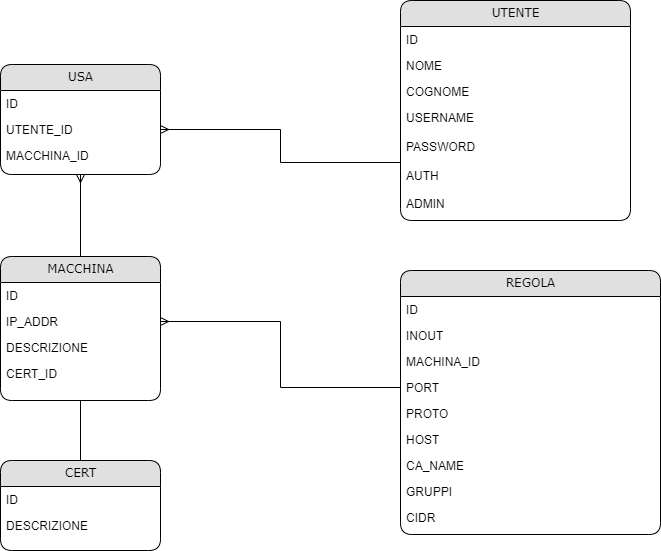
Earlier version of the draw.io export resources/DB_FINAL.png (Lombax99/NebulaSRS). Source tidied: cells renumbered, new cells last; positions are measured from the earlier drawing's top-left corner, leaving out a move shared by most shapes.
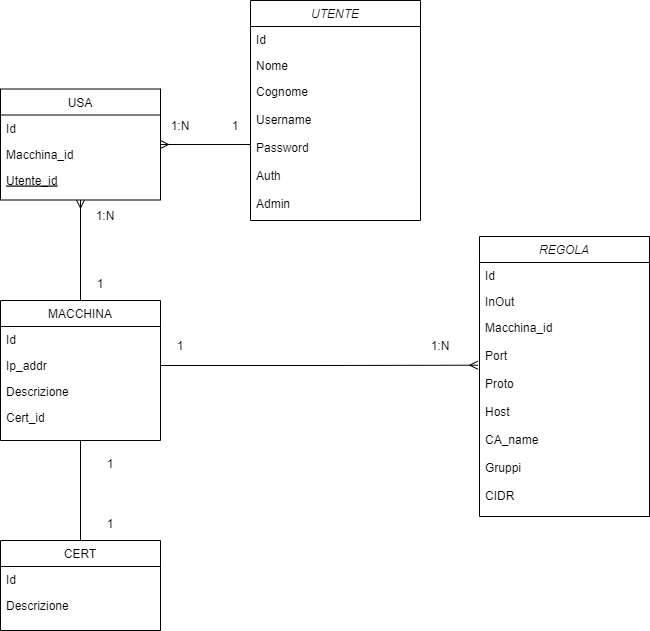
After the change.

What changed in the source:
```diff
@@ -1,99 +1,105 @@
 <mxGraphModel>
   <root>
-    <mxCell id="0" />
-    <mxCell id="1" parent="0" />
+    <mxCell id="33" />
+    <mxCell id="34" parent="33" />
+    <mxCell id="35" style="group;" parent="34" vertex="1">
+      <mxGeometry x="-110" y="-110" width="649" height="630" as="geometry" />
+    </mxCell>
+    <mxCell id="6" value="UTENTE" style="swimlane;fontStyle=2;align=center;verticalAlign=top;horizontal=1;startSize=26;rounded=0;shadow=0;strokeWidth=1;" parent="35" vertex="1">
+      <mxGeometry x="250" width="170" height="220" as="geometry" />
+    </mxCell>
+    <mxCell id="36" value="Id " style="text;align=left;verticalAlign=top;spacingLeft=4;spacingRight=4;overflow=hidden;" parent="6" vertex="1">
+      <mxGeometry y="26" width="170" height="26" as="geometry" />
+    </mxCell>
+    <mxCell id="37" value="Nome" style="text;align=left;verticalAlign=top;spacingLeft=4;spacingRight=4;overflow=hidden;rounded=0;shadow=0;" parent="6" vertex="1">
+      <mxGeometry y="52" width="170" height="26" as="geometry" />
+    </mxCell>
+    <mxCell id="38" value="Cognome&#10;&#10;Username&#10;&#10;Password&#10;&#10;Auth&#10;&#10;Admin" style="text;align=left;verticalAlign=top;spacingLeft=4;spacingRight=4;overflow=hidden;points=[[0,0.5],[1,0.5]];portConstraint=eastwest;rounded=0;shadow=0;" parent="6" vertex="1">
+      <mxGeometry y="78" width="170" height="132" as="geometry" />
+    </mxCell>
-    <mxCell id="2" value="USA" style="swimlane;html=1;fontStyle=0;horizontal=1;startSize=26;fillColor=#e0e0e0;swimlaneFillColor=#ffffff;align=center;rounded=1;shadow=0;comic=0;labelBackgroundColor=none;strokeWidth=1;fontFamily=Verdana;fontSize=12;" parent="1" vertex="1">
-      <mxGeometry y="64" width="160" height="110" as="geometry" />
+    <mxCell id="2" value="USA" style="swimlane;fontStyle=0;align=center;verticalAlign=top;horizontal=1;startSize=26;rounded=0;shadow=0;strokeWidth=1;" parent="35" vertex="1">
+      <mxGeometry y="88.5" width="160" height="111" as="geometry" />
     </mxCell>
-    <mxCell id="3" value="ID" style="text;html=1;strokeColor=none;fillColor=none;spacingLeft=4;spacingRight=4;whiteSpace=wrap;overflow=hidden;" parent="2" vertex="1">
-      <mxGeometry y="26" width="160" height="26" as="geometry" />
-    </mxCell>
-    <mxCell id="4" value="UTENTE_ID" style="text;html=1;strokeColor=none;fillColor=none;spacingLeft=4;spacingRight=4;whiteSpace=wrap;overflow=hidden;points=[[0,0.5],[1,0.5]];portConstraint=eastwest;" parent="2" vertex="1">
-      <mxGeometry y="52" width="160" height="26" as="geometry" />
-    </mxCell>
-    <mxCell id="5" value="MACCHINA_ID" style="text;html=1;strokeColor=none;fillColor=none;spacingLeft=4;spacingRight=4;whiteSpace=wrap;overflow=hidden;" parent="2" vertex="1">
-      <mxGeometry y="78" width="160" height="26" as="geometry" />
-    </mxCell>
-    <mxCell id="6" value="UTENTE" style="swimlane;html=1;fontStyle=0;horizontal=1;startSize=26;fillColor=#e0e0e0;swimlaneFillColor=#ffffff;align=center;rounded=1;shadow=0;comic=0;labelBackgroundColor=none;strokeWidth=1;fontFamily=Verdana;fontSize=12;" parent="1" vertex="1">
-      <mxGeometry x="400" width="230" height="220" as="geometry" />
-    </mxCell>
-    <mxCell id="7" value="ID" style="text;html=1;strokeColor=none;fillColor=none;spacingLeft=4;spacingRight=4;whiteSpace=wrap;overflow=hidden;" parent="6" vertex="1">
-      <mxGeometry y="26" width="230" height="26" as="geometry" />
-    </mxCell>
-    <mxCell id="8" value="NOME" style="text;html=1;strokeColor=none;fillColor=none;spacingLeft=4;spacingRight=4;whiteSpace=wrap;overflow=hidden;" parent="6" vertex="1">
-      <mxGeometry y="52" width="230" height="26" as="geometry" />
-    </mxCell>
-    <mxCell id="9" value="COGNOME" style="text;html=1;strokeColor=none;fillColor=none;spacingLeft=4;spacingRight=4;whiteSpace=wrap;overflow=hidden;" parent="6" vertex="1">
-      <mxGeometry y="78" width="230" height="26" as="geometry" />
-    </mxCell>
+    <mxCell id="39" value="Id" style="text;align=left;verticalAlign=top;spacingLeft=4;spacingRight=4;overflow=hidden;" parent="2" vertex="1">
+      <mxGeometry y="26" width="160" height="26" as="geometry" />
+    </mxCell>
+    <mxCell id="40" value="Macchina_id" style="text;align=left;verticalAlign=top;spacingLeft=4;spacingRight=4;overflow=hidden;rounded=0;shadow=0;" parent="2" vertex="1">
+      <mxGeometry y="52" width="160" height="26" as="geometry" />
+    </mxCell>
+    <mxCell id="41" value="Utente_id" style="text;align=left;verticalAlign=top;spacingLeft=4;spacingRight=4;overflow=hidden;fontStyle=4;" parent="2" vertex="1">
+      <mxGeometry y="78" width="160" height="26" as="geometry" />
+    </mxCell>
-    <mxCell id="10" style="edgeStyle=orthogonalEdgeStyle;rounded=0;jettySize=auto;html=1;entryX=0.5;entryY=1;entryDx=0;entryDy=0;endArrow=ERmany;endFill=0;" parent="1" edge="1" source="11" target="2">
+    <mxCell id="10" style="edgeStyle=orthogonalEdgeStyle;rounded=0;jettySize=auto;entryX=0.5;entryY=1;entryDx=0;entryDy=0;endArrow=ERmany;endFill=0;" parent="35" edge="1" source="11" target="2">
       <mxGeometry relative="1" as="geometry" />
     </mxCell>
-    <mxCell id="11" value="MACCHINA" style="swimlane;html=1;fontStyle=0;horizontal=1;startSize=26;fillColor=#e0e0e0;swimlaneFillColor=#ffffff;align=center;rounded=1;shadow=0;comic=0;labelBackgroundColor=none;strokeWidth=1;fontFamily=Verdana;fontSize=12;" parent="1" vertex="1">
-      <mxGeometry y="256" width="160" height="144" as="geometry" />
+    <mxCell id="11" value="MACCHINA" style="swimlane;fontStyle=0;align=center;verticalAlign=top;horizontal=1;startSize=26;rounded=0;shadow=0;strokeWidth=1;" parent="35" vertex="1">
+      <mxGeometry y="300" width="160" height="140" as="geometry" />
     </mxCell>
-    <mxCell id="12" value="ID" style="text;html=1;strokeColor=none;fillColor=none;spacingLeft=4;spacingRight=4;whiteSpace=wrap;overflow=hidden;" parent="11" vertex="1">
-      <mxGeometry y="26" width="160" height="26" as="geometry" />
-    </mxCell>
-    <mxCell id="13" value="IP_ADDR" style="text;html=1;strokeColor=none;fillColor=none;spacingLeft=4;spacingRight=4;whiteSpace=wrap;overflow=hidden;points=[[0,0.5],[1,0.5]];portConstraint=eastwest;" parent="11" vertex="1">
-      <mxGeometry y="52" width="160" height="26" as="geometry" />
-    </mxCell>
-    <mxCell id="14" value="DESCRIZIONE" style="text;html=1;strokeColor=none;fillColor=none;spacingLeft=4;spacingRight=4;whiteSpace=wrap;overflow=hidden;" parent="11" vertex="1">
-      <mxGeometry y="78" width="160" height="26" as="geometry" />
-    </mxCell>
-    <mxCell id="15" value="CERT_ID" style="text;html=1;strokeColor=none;fillColor=none;spacingLeft=4;spacingRight=4;whiteSpace=wrap;overflow=hidden;" parent="11" vertex="1">
-      <mxGeometry y="104" width="160" height="26" as="geometry" />
-    </mxCell>
+    <mxCell id="42" value="Id" style="text;align=left;verticalAlign=top;spacingLeft=4;spacingRight=4;overflow=hidden;" parent="11" vertex="1">
+      <mxGeometry y="26" width="160" height="26" as="geometry" />
+    </mxCell>
+    <mxCell id="43" value="Ip_addr" style="text;align=left;verticalAlign=top;spacingLeft=4;spacingRight=4;overflow=hidden;points=[[0,0.5],[1,0.5]];portConstraint=eastwest;rounded=0;shadow=0;" parent="11" vertex="1">
+      <mxGeometry y="52" width="160" height="26" as="geometry" />
+    </mxCell>
+    <mxCell id="44" value="Descrizione" style="text;align=left;verticalAlign=top;spacingLeft=4;spacingRight=4;overflow=hidden;rounded=0;shadow=0;" parent="11" vertex="1">
+      <mxGeometry y="78" width="160" height="26" as="geometry" />
+    </mxCell>
+    <mxCell id="45" value="Cert_id" style="text;align=left;verticalAlign=top;spacingLeft=4;spacingRight=4;overflow=hidden;rounded=0;shadow=0;" parent="11" vertex="1">
+      <mxGeometry y="104" width="160" height="26" as="geometry" />
+    </mxCell>
+    <mxCell id="46" style="edgeStyle=orthogonalEdgeStyle;rounded=0;jettySize=auto;exitX=0;exitY=0.5;exitDx=0;exitDy=0;entryX=1;entryY=0.5;entryDx=0;entryDy=0;endArrow=ERmany;endFill=0;" parent="35" edge="1" source="38" target="2">
+      <mxGeometry relative="1" as="geometry" />
+    </mxCell>
+    <mxCell id="47" value="1" style="text;align=center;verticalAlign=middle;strokeColor=none;fillColor=none;" parent="35" vertex="1">
+      <mxGeometry x="220" y="110" width="30" height="30" as="geometry" />
+    </mxCell>
+    <mxCell id="48" value="1:N" style="text;align=center;verticalAlign=middle;strokeColor=none;fillColor=none;" parent="35" vertex="1">
+      <mxGeometry x="160" y="110" width="40" height="30" as="geometry" />
+    </mxCell>
+    <mxCell id="49" value="1" style="text;align=center;verticalAlign=middle;strokeColor=none;fillColor=none;" parent="35" vertex="1">
+      <mxGeometry x="85" y="268" width="30" height="30" as="geometry" />
+    </mxCell>
+    <mxCell id="50" value="1:N" style="text;align=center;verticalAlign=middle;strokeColor=none;fillColor=none;" parent="35" vertex="1">
+      <mxGeometry x="85" y="199.5" width="40" height="30" as="geometry" />
+    </mxCell>
-    <mxCell id="16" style="edgeStyle=orthogonalEdgeStyle;rounded=0;jettySize=auto;html=1;entryX=0.5;entryY=1;entryDx=0;entryDy=0;endArrow=none;endFill=0;" parent="1" edge="1" source="17" target="11">
+    <mxCell id="16" style="edgeStyle=orthogonalEdgeStyle;rounded=0;jettySize=auto;exitX=0.5;exitY=0;exitDx=0;exitDy=0;entryX=0.5;entryY=1;entryDx=0;entryDy=0;endArrow=none;endFill=0;" parent="35" edge="1" source="17" target="11">
       <mxGeometry relative="1" as="geometry" />
     </mxCell>
-    <mxCell id="17" value="CERT" style="swimlane;html=1;fontStyle=0;horizontal=1;startSize=26;fillColor=#e0e0e0;swimlaneFillColor=#ffffff;align=center;rounded=1;shadow=0;comic=0;labelBackgroundColor=none;strokeWidth=1;fontFamily=Verdana;fontSize=12;" parent="1" vertex="1">
-      <mxGeometry y="460" width="160" height="90" as="geometry" />
+    <mxCell id="17" value="CERT" style="swimlane;fontStyle=0;align=center;verticalAlign=top;horizontal=1;startSize=26;rounded=0;shadow=0;strokeWidth=1;" parent="35" vertex="1">
+      <mxGeometry y="540" width="160" height="90" as="geometry" />
     </mxCell>
-    <mxCell id="18" value="ID" style="text;html=1;strokeColor=none;fillColor=none;spacingLeft=4;spacingRight=4;whiteSpace=wrap;overflow=hidden;" parent="17" vertex="1">
-      <mxGeometry y="26" width="160" height="26" as="geometry" />
-    </mxCell>
-    <mxCell id="19" value="DESCRIZIONE" style="text;html=1;strokeColor=none;fillColor=none;spacingLeft=4;spacingRight=4;whiteSpace=wrap;overflow=hidden;" parent="17" vertex="1">
-      <mxGeometry y="52" width="160" height="26" as="geometry" />
-    </mxCell>
+    <mxCell id="51" value="Id" style="text;align=left;verticalAlign=top;spacingLeft=4;spacingRight=4;overflow=hidden;" parent="17" vertex="1">
+      <mxGeometry y="26" width="160" height="26" as="geometry" />
+    </mxCell>
+    <mxCell id="52" value="Descrizione" style="text;align=left;verticalAlign=top;spacingLeft=4;spacingRight=4;overflow=hidden;rounded=0;shadow=0;" parent="17" vertex="1">
+      <mxGeometry y="52" width="160" height="26" as="geometry" />
+    </mxCell>
+    <mxCell id="53" value="1" style="text;align=center;verticalAlign=middle;strokeColor=none;fillColor=none;" parent="35" vertex="1">
+      <mxGeometry x="95" y="508" width="30" height="30" as="geometry" />
+    </mxCell>
+    <mxCell id="54" value="1" style="text;align=center;verticalAlign=middle;strokeColor=none;fillColor=none;" parent="35" vertex="1">
+      <mxGeometry x="95" y="448" width="30" height="30" as="geometry" />
+    </mxCell>
+    <mxCell id="55" style="edgeStyle=orthogonalEdgeStyle;rounded=0;jettySize=auto;endArrow=ERmany;endFill=0;entryX=-0.01;entryY=0.251;entryDx=0;entryDy=0;entryPerimeter=0;exitX=1;exitY=0.5;exitDx=0;exitDy=0;" parent="35" edge="1" source="43" target="58">
+      <mxGeometry relative="1" as="geometry" />
+    </mxCell>
-    <mxCell id="20" value="REGOLA" style="swimlane;html=1;fontStyle=0;horizontal=1;startSize=26;fillColor=#e0e0e0;swimlaneFillColor=#ffffff;align=center;rounded=1;shadow=0;comic=0;labelBackgroundColor=none;strokeWidth=1;fontFamily=Verdana;fontSize=12;" parent="1" vertex="1">
-      <mxGeometry x="400" y="270" width="260" height="264" as="geometry" />
+    <mxCell id="20" value="REGOLA" style="swimlane;fontStyle=2;align=center;verticalAlign=top;horizontal=1;startSize=26;rounded=0;shadow=0;strokeWidth=1;" parent="35" vertex="1">
+      <mxGeometry x="479" y="236" width="170" height="280" as="geometry" />
     </mxCell>
-    <mxCell id="21" value="ID" style="text;html=1;strokeColor=none;fillColor=none;spacingLeft=4;spacingRight=4;whiteSpace=wrap;overflow=hidden;" parent="20" vertex="1">
-      <mxGeometry y="26" width="260" height="26" as="geometry" />
-    </mxCell>
-    <mxCell id="22" value="INOUT" style="text;html=1;strokeColor=none;fillColor=none;spacingLeft=4;spacingRight=4;whiteSpace=wrap;overflow=hidden;" parent="20" vertex="1">
-      <mxGeometry y="52" width="260" height="26" as="geometry" />
-    </mxCell>
-    <mxCell id="23" value="MACHINA_ID" style="text;html=1;strokeColor=none;fillColor=none;spacingLeft=4;spacingRight=4;whiteSpace=wrap;overflow=hidden;" parent="20" vertex="1">
-      <mxGeometry y="78" width="260" height="26" as="geometry" />
-    </mxCell>
-    <mxCell id="24" value="PORT" style="text;html=1;strokeColor=none;fillColor=none;spacingLeft=4;spacingRight=4;whiteSpace=wrap;overflow=hidden;points=[[0,0.5],[1,0.5]];portConstraint=eastwest;" parent="20" vertex="1">
-      <mxGeometry y="104" width="260" height="26" as="geometry" />
-    </mxCell>
-    <mxCell id="25" value="PROTO" style="text;html=1;strokeColor=none;fillColor=none;spacingLeft=4;spacingRight=4;whiteSpace=wrap;overflow=hidden;" parent="20" vertex="1">
-      <mxGeometry y="130" width="260" height="26" as="geometry" />
-    </mxCell>
-    <mxCell id="26" value="HOST" style="text;html=1;strokeColor=none;fillColor=none;spacingLeft=4;spacingRight=4;whiteSpace=wrap;overflow=hidden;" parent="20" vertex="1">
-      <mxGeometry y="156" width="260" height="26" as="geometry" />
-    </mxCell>
-    <mxCell id="27" value="CA_NAME" style="text;html=1;strokeColor=none;fillColor=none;spacingLeft=4;spacingRight=4;whiteSpace=wrap;overflow=hidden;" parent="20" vertex="1">
-      <mxGeometry y="182" width="260" height="26" as="geometry" />
-    </mxCell>
-    <mxCell id="28" value="GRUPPI" style="text;html=1;strokeColor=none;fillColor=none;spacingLeft=4;spacingRight=4;whiteSpace=wrap;overflow=hidden;" parent="20" vertex="1">
-      <mxGeometry y="208" width="260" height="26" as="geometry" />
-    </mxCell>
-    <mxCell id="29" value="CIDR" style="text;html=1;strokeColor=none;fillColor=none;spacingLeft=4;spacingRight=4;whiteSpace=wrap;overflow=hidden;" parent="20" vertex="1">
-      <mxGeometry y="234" width="260" height="26" as="geometry" />
-    </mxCell>
-    <mxCell id="30" value="USERNAME&lt;div&gt;&lt;br&gt;&lt;/div&gt;&lt;div&gt;PASSWORD&lt;/div&gt;&lt;div&gt;&lt;br&gt;&lt;/div&gt;&lt;div&gt;AUTH&lt;/div&gt;&lt;div&gt;&lt;br&gt;&lt;/div&gt;&lt;div&gt;ADMIN&lt;/div&gt;" style="text;html=1;strokeColor=none;fillColor=none;spacingLeft=4;spacingRight=4;whiteSpace=wrap;overflow=hidden;points=[[0,0.5],[1,0.5]];portConstraint=eastwest;" parent="1" vertex="1">
-      <mxGeometry x="400" y="104" width="230" height="116" as="geometry" />
-    </mxCell>
-    <mxCell id="31" style="rounded=0;jettySize=auto;html=1;exitX=0;exitY=0.5;exitDx=0;exitDy=0;entryX=1;entryY=0.5;entryDx=0;entryDy=0;endArrow=ERmany;endFill=0;edgeStyle=orthogonalEdgeStyle;" parent="1" edge="1" source="30" target="4">
-      <mxGeometry relative="1" as="geometry" />
-    </mxCell>
-    <mxCell id="32" style="edgeStyle=orthogonalEdgeStyle;rounded=0;jettySize=auto;html=1;entryX=1;entryY=0.5;entryDx=0;entryDy=0;endArrow=ERmany;endFill=0;" parent="1" edge="1" source="24" target="13">
-      <mxGeometry relative="1" as="geometry" />
-    </mxCell>
+    <mxCell id="56" value="Id " style="text;align=left;verticalAlign=top;spacingLeft=4;spacingRight=4;overflow=hidden;" parent="20" vertex="1">
+      <mxGeometry y="26" width="170" height="26" as="geometry" />
+    </mxCell>
+    <mxCell id="57" value="InOut" style="text;align=left;verticalAlign=top;spacingLeft=4;spacingRight=4;overflow=hidden;rounded=0;shadow=0;" parent="20" vertex="1">
+      <mxGeometry y="52" width="170" height="26" as="geometry" />
+    </mxCell>
+    <mxCell id="58" value="Macchina_id&#10;&#10;Port&#10;&#10;Proto&#10;&#10;Host&#10;&#10;CA_name&#10;&#10;Gruppi&#10;&#10;CIDR" style="text;align=left;verticalAlign=top;spacingLeft=4;spacingRight=4;overflow=hidden;points=[[0,0.5],[1,0.5]];portConstraint=eastwest;rounded=0;shadow=0;" parent="20" vertex="1">
+      <mxGeometry y="78" width="170" height="202" as="geometry" />
+    </mxCell>
+    <mxCell id="59" value="1" style="text;align=center;verticalAlign=middle;strokeColor=none;fillColor=none;" parent="35" vertex="1">
+      <mxGeometry x="165" y="330" width="30" height="30" as="geometry" />
+    </mxCell>
+    <mxCell id="60" value="1:N" style="text;align=center;verticalAlign=middle;strokeColor=none;fillColor=none;" parent="35" vertex="1">
+      <mxGeometry x="420" y="330" width="40" height="30" as="geometry" />
+    </mxCell>
   </root>
 </mxGraphModel>
```
